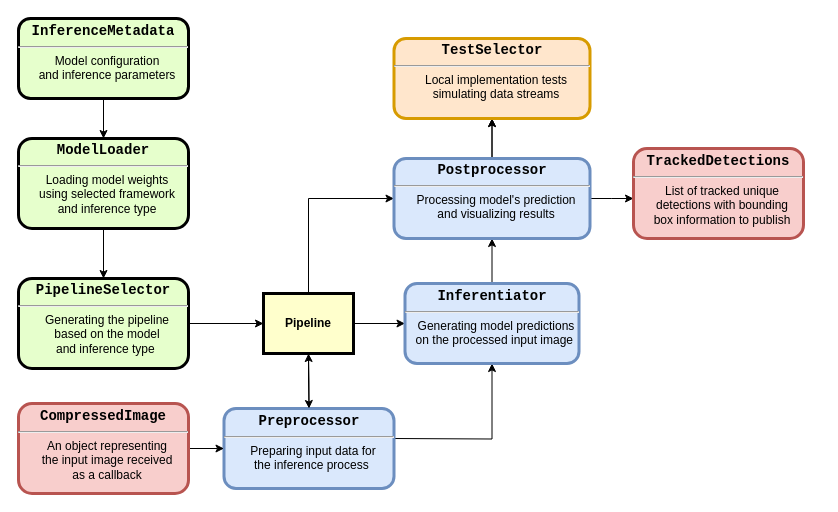
The draw.io diagram Untitled Diagram.drawio in marneusz/DrawIoDiagrams, before the edit. Source tidied: cells renumbered, new cells numbered last; positions are measured from the earlier drawing's top-left corner, leaving out a move shared by most shapes. Both pictures are drawn from the tidied source at 100%, with x=0, y=0 at pixel (18, 18).
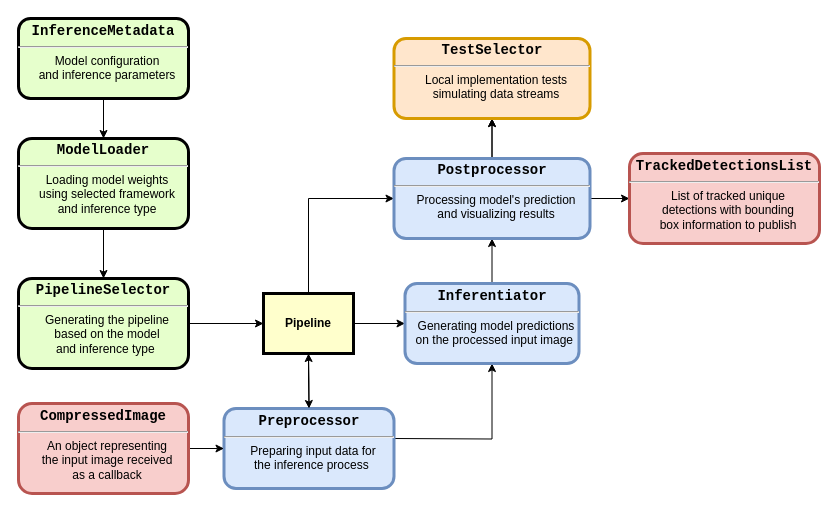
The same diagram, later.

Unchanged cells that the change refers to:
```xml
<mxCell id="20" value="&lt;p style=&quot;margin: 4px 0px 0px; text-align: center;&quot;&gt;&lt;font face=&quot;Courier New&quot;&gt;&lt;span style=&quot;font-size: 14px;&quot;&gt;Postprocessor&lt;/span&gt;&lt;/font&gt;&lt;/p&gt;&lt;hr&gt;&lt;p style=&quot;margin: 0px; margin-left: 8px;&quot;&gt;&lt;span style=&quot;font-weight: normal;&quot;&gt;Processing model's prediction&lt;/span&gt;&lt;/p&gt;&lt;p style=&quot;margin: 0px; margin-left: 8px;&quot;&gt;&lt;span style=&quot;font-weight: normal;&quot;&gt;and visualizing results&lt;/span&gt;&lt;/p&gt;" style="verticalAlign=middle;align=center;overflow=fill;fontSize=12;fontFamily=Helvetica;html=1;rounded=1;fontStyle=1;strokeWidth=3;fillColor=#dae8fc;strokeColor=#6c8ebf;" parent="1" vertex="1">
  <mxGeometry x="375.5" y="140" width="196" height="80" as="geometry" />
</mxCell>
```

Diff of the diagram source:
```diff
@@
-    <mxCell id="19" style="edgeStyle=orthogonalEdgeStyle;rounded=0;jettySize=auto;html=1;fontFamily=Helvetica;fontSize=14;" parent="1" edge="1" source="20">
-      <mxGeometry relative="1" as="geometry">
-        <mxPoint x="615" y="180" as="targetPoint" />
-      </mxGeometry>
-    </mxCell>
+    <mxCell id="25" style="edgeStyle=orthogonalEdgeStyle;rounded=0;jettySize=auto;html=1;" parent="1" edge="1" source="20" target="24">
+      <mxGeometry relative="1" as="geometry" />
+    </mxCell>
@@
-    <mxCell id="24" value="&lt;p style=&quot;margin: 4px 0px 0px; text-align: center;&quot;&gt;&lt;strong style=&quot;font-size: 14px;&quot;&gt;&lt;font style=&quot;&quot; face=&quot;Courier New&quot;&gt;TrackedDetections&lt;/font&gt;&lt;/strong&gt;&lt;/p&gt;&lt;hr&gt;&lt;p style=&quot;margin: 0px; margin-left: 8px;&quot;&gt;&lt;span style=&quot;font-weight: 400;&quot;&gt;List of tracked unique&lt;/span&gt;&lt;/p&gt;&lt;p style=&quot;margin: 0px; margin-left: 8px;&quot;&gt;&lt;span style=&quot;font-weight: 400;&quot;&gt;detections with bounding&lt;/span&gt;&lt;/p&gt;&lt;p style=&quot;margin: 0px; margin-left: 8px;&quot;&gt;&lt;span style=&quot;font-weight: 400;&quot;&gt;box information to publish&lt;/span&gt;&lt;/p&gt;&lt;p style=&quot;margin: 0px; margin-left: 8px;&quot;&gt;&lt;br&gt;&lt;/p&gt;" style="verticalAlign=middle;align=center;overflow=fill;fontSize=12;fontFamily=Helvetica;html=1;rounded=1;fontStyle=1;strokeWidth=3;fillColor=#f8cecc;strokeColor=#b85450;" parent="1" vertex="1">
-      <mxGeometry x="615" y="130" width="170" height="90" as="geometry" />
+    <mxCell id="24" value="&lt;p style=&quot;margin: 4px 0px 0px; text-align: center;&quot;&gt;&lt;strong style=&quot;font-size: 14px;&quot;&gt;&lt;font style=&quot;&quot; face=&quot;Courier New&quot;&gt;TrackedDetectionsList&lt;/font&gt;&lt;/strong&gt;&lt;/p&gt;&lt;hr&gt;&lt;p style=&quot;margin: 0px; margin-left: 8px;&quot;&gt;&lt;span style=&quot;font-weight: 400;&quot;&gt;List of tracked unique&lt;/span&gt;&lt;/p&gt;&lt;p style=&quot;margin: 0px; margin-left: 8px;&quot;&gt;&lt;span style=&quot;font-weight: 400;&quot;&gt;detections with bounding&lt;/span&gt;&lt;/p&gt;&lt;p style=&quot;margin: 0px; margin-left: 8px;&quot;&gt;&lt;span style=&quot;font-weight: 400;&quot;&gt;box information to publish&lt;/span&gt;&lt;/p&gt;&lt;p style=&quot;margin: 0px; margin-left: 8px;&quot;&gt;&lt;br&gt;&lt;/p&gt;" style="verticalAlign=middle;align=center;overflow=fill;fontSize=12;fontFamily=Helvetica;html=1;rounded=1;fontStyle=1;strokeWidth=3;fillColor=#f8cecc;strokeColor=#b85450;" parent="1" vertex="1">
+      <mxGeometry x="611" y="135" width="190" height="90" as="geometry" />
     </mxCell>
```
